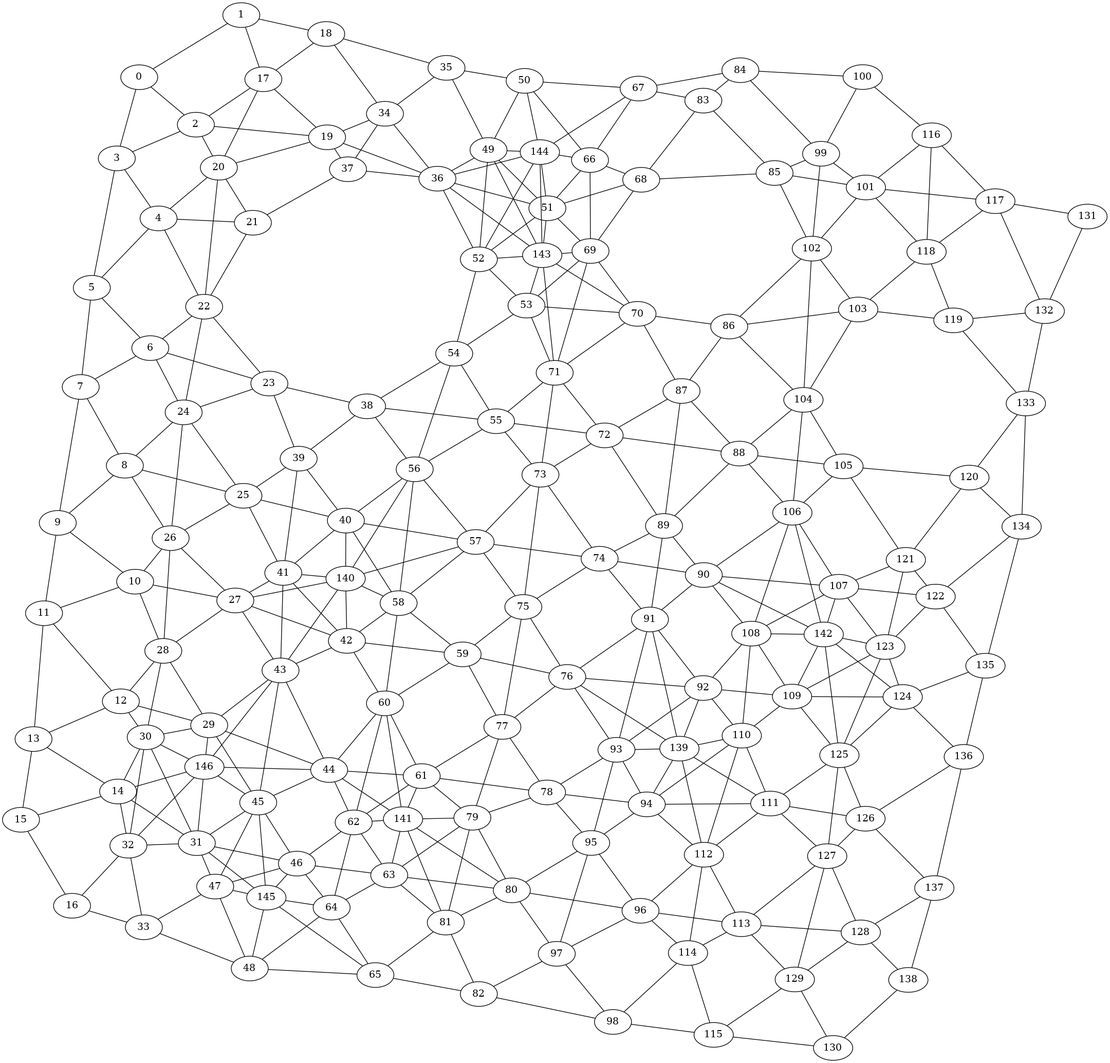
The Graphviz diagram fig/graph_dual.png in lorenzorizzi17/urban_network, before a commit. Its source is kept beside it as fig/graph_dual.dot.
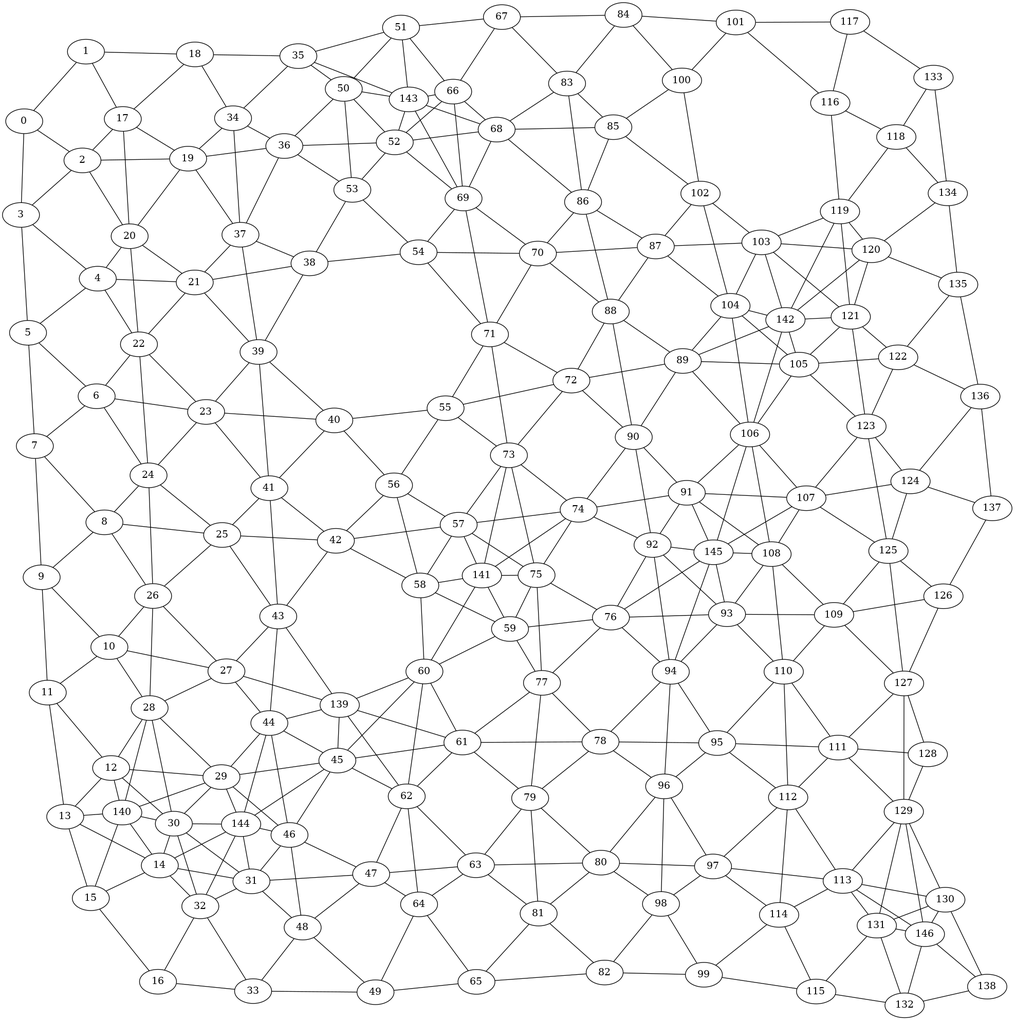
Later version of the same file.

What changed in the source:
```diff
@@ -185,13 +185,17 @@
 28--12 ;
 29--12 ;
 30--12 ;
+140--12 ;
 14--13 ;
 15--13 ;
+140--13 ;
 15--14 ;
+140--14 ;
 30--14 ;
 31--14 ;
 32--14 ;
-146--14 ;
+144--14 ;
+140--15 ;
 16--15 ;
 32--16 ;
 33--16 ;
@@ -208,361 +212,353 @@
 22--20 ;
 22--21 ;
 37--21 ;
+38--21 ;
+39--21 ;
 23--22 ;
 24--22 ;
 24--23 ;
-38--23 ;
 39--23 ;
+40--23 ;
+41--23 ;
 25--24 ;
 26--24 ;
 26--25 ;
-39--25 ;
-40--25 ;
 41--25 ;
+42--25 ;
+43--25 ;
 27--26 ;
 28--26 ;
 28--27 ;
-41--27 ;
-42--27 ;
 43--27 ;
-140--27 ;
+44--27 ;
+139--27 ;
 29--28 ;
 30--28 ;
+140--28 ;
 30--29 ;
-43--29 ;
+140--29 ;
 44--29 ;
 45--29 ;
-146--29 ;
+46--29 ;
+144--29 ;
+140--30 ;
 31--30 ;
 32--30 ;
-146--30 ;
+144--30 ;
 32--31 ;
-146--31 ;
-45--31 ;
+144--31 ;
 46--31 ;
 47--31 ;
-145--31 ;
-146--32 ;
+48--31 ;
+144--32 ;
 33--32 ;
-47--33 ;
 48--33 ;
+49--33 ;
 35--34 ;
 36--34 ;
 37--34 ;
-49--35 ;
 50--35 ;
+51--35 ;
+143--35 ;
 37--36 ;
-49--36 ;
-51--36 ;
+50--36 ;
 52--36 ;
-143--36 ;
-144--36 ;
+53--36 ;
+38--37 ;
+39--37 ;
 39--38 ;
+53--38 ;
 54--38 ;
-55--38 ;
-56--38 ;
 40--39 ;
 41--39 ;
 41--40 ;
+55--40 ;
 56--40 ;
-57--40 ;
-58--40 ;
-140--40 ;
 42--41 ;
 43--41 ;
-140--41 ;
 43--42 ;
-140--42 ;
+56--42 ;
+57--42 ;
 58--42 ;
-59--42 ;
-60--42 ;
-140--43 ;
 44--43 ;
-45--43 ;
-146--43 ;
+139--43 ;
+139--44 ;
 45--44 ;
-146--44 ;
-60--44 ;
-61--44 ;
-62--44 ;
-141--44 ;
-146--45 ;
+46--44 ;
+144--44 ;
 46--45 ;
-47--45 ;
-145--45 ;
+144--45 ;
+60--45 ;
+61--45 ;
+62--45 ;
+139--45 ;
+144--46 ;
 47--46 ;
-145--46 ;
-62--46 ;
-63--46 ;
-64--46 ;
-145--47 ;
+48--46 ;
 48--47 ;
-64--48 ;
-65--48 ;
-145--48 ;
-50--49 ;
-51--49 ;
-52--49 ;
-143--49 ;
-144--49 ;
-66--50 ;
-67--50 ;
-144--50 ;
-52--51 ;
+62--47 ;
+63--47 ;
+64--47 ;
+49--48 ;
+64--49 ;
+65--49 ;
+51--50 ;
+143--50 ;
+52--50 ;
+53--50 ;
 143--51 ;
-144--51 ;
 66--51 ;
-68--51 ;
-69--51 ;
+67--51 ;
+53--52 ;
+66--52 ;
+68--52 ;
+69--52 ;
 143--52 ;
-144--52 ;
-53--52 ;
-54--52 ;
 54--53 ;
-69--53 ;
-70--53 ;
-71--53 ;
-143--53 ;
-55--54 ;
-56--54 ;
+69--54 ;
+70--54 ;
+71--54 ;
 56--55 ;
 71--55 ;
 72--55 ;
 73--55 ;
 57--56 ;
 58--56 ;
-140--56 ;
 58--57 ;
-140--57 ;
 73--57 ;
 74--57 ;
 75--57 ;
-140--58 ;
+141--57 ;
 59--58 ;
 60--58 ;
+141--58 ;
 60--59 ;
+141--59 ;
 75--59 ;
 76--59 ;
 77--59 ;
+141--60 ;
 61--60 ;
 62--60 ;
-141--60 ;
+139--60 ;
 62--61 ;
-141--61 ;
+139--61 ;
 77--61 ;
 78--61 ;
 79--61 ;
-141--62 ;
+139--62 ;
 63--62 ;
 64--62 ;
 64--63 ;
 79--63 ;
 80--63 ;
 81--63 ;
-141--63 ;
 65--64 ;
-145--64 ;
-145--65 ;
 81--65 ;
 82--65 ;
 67--66 ;
-144--66 ;
 68--66 ;
 69--66 ;
-144--67 ;
+143--66 ;
 83--67 ;
 84--67 ;
 69--68 ;
+143--68 ;
 83--68 ;
 85--68 ;
+86--68 ;
+143--69 ;
 70--69 ;
 71--69 ;
-143--69 ;
 71--70 ;
-143--70 ;
 86--70 ;
 87--70 ;
-143--71 ;
+88--70 ;
 72--71 ;
 73--71 ;
 73--72 ;
-87--72 ;
 88--72 ;
 89--72 ;
+90--72 ;
 74--73 ;
 75--73 ;
+141--73 ;
 75--74 ;
-89--74 ;
+141--74 ;
 90--74 ;
 91--74 ;
+92--74 ;
+141--75 ;
 76--75 ;
 77--75 ;
 77--76 ;
-91--76 ;
 92--76 ;
 93--76 ;
-139--76 ;
+94--76 ;
+145--76 ;
 78--77 ;
 79--77 ;
 79--78 ;
-93--78 ;
 94--78 ;
 95--78 ;
+96--78 ;
 80--79 ;
 81--79 ;
-141--79 ;
 81--80 ;
-141--80 ;
-95--80 ;
 96--80 ;
 97--80 ;
-141--81 ;
+98--80 ;
 82--81 ;
-97--82 ;
 98--82 ;
+99--82 ;
 84--83 ;
 85--83 ;
-99--84 ;
+86--83 ;
 100--84 ;
-99--85 ;
-101--85 ;
+101--84 ;
+86--85 ;
+100--85 ;
 102--85 ;
 87--86 ;
-102--86 ;
-103--86 ;
-104--86 ;
+88--86 ;
 88--87 ;
-89--87 ;
+102--87 ;
+103--87 ;
+104--87 ;
 89--88 ;
-104--88 ;
-105--88 ;
-106--88 ;
+90--88 ;
 90--89 ;
-91--89 ;
+104--89 ;
+105--89 ;
+106--89 ;
+142--89 ;
 91--90 ;
-106--90 ;
-107--90 ;
-108--90 ;
-142--90 ;
+92--90 ;
 92--91 ;
-93--91 ;
-139--91 ;
+106--91 ;
+107--91 ;
+108--91 ;
+145--91 ;
 93--92 ;
-139--92 ;
-108--92 ;
-109--92 ;
-110--92 ;
-139--93 ;
+94--92 ;
+145--92 ;
 94--93 ;
-95--93 ;
+145--93 ;
+108--93 ;
+109--93 ;
+110--93 ;
+145--94 ;
 95--94 ;
-110--94 ;
-111--94 ;
-112--94 ;
-139--94 ;
+96--94 ;
 96--95 ;
-97--95 ;
+110--95 ;
+111--95 ;
+112--95 ;
 97--96 ;
-112--96 ;
-113--96 ;
-114--96 ;
+98--96 ;
 98--97 ;
-114--98 ;
-115--98 ;
-100--99 ;
-101--99 ;
-102--99 ;
-116--100 ;
-102--101 ;
+112--97 ;
+113--97 ;
+114--97 ;
+99--98 ;
+114--99 ;
+115--99 ;
+101--100 ;
+102--100 ;
 116--101 ;
 117--101 ;
-118--101 ;
 103--102 ;
 104--102 ;
 104--103 ;
-118--103 ;
 119--103 ;
+120--103 ;
+121--103 ;
+142--103 ;
 105--104 ;
 106--104 ;
+142--104 ;
 106--105 ;
-120--105 ;
+142--105 ;
 121--105 ;
+122--105 ;
+123--105 ;
+142--106 ;
 107--106 ;
 108--106 ;
-142--106 ;
+145--106 ;
 108--107 ;
-142--107 ;
-121--107 ;
-122--107 ;
+145--107 ;
 123--107 ;
-142--108 ;
+124--107 ;
+125--107 ;
+145--108 ;
 109--108 ;
 110--108 ;
 110--109 ;
-123--109 ;
-124--109 ;
 125--109 ;
-142--109 ;
+126--109 ;
+127--109 ;
 111--110 ;
 112--110 ;
-139--110 ;
 112--111 ;
-139--111 ;
-125--111 ;
-126--111 ;
 127--111 ;
-139--112 ;
+128--111 ;
+129--111 ;
 113--112 ;
 114--112 ;
 114--113 ;
-127--113 ;
-128--113 ;
 129--113 ;
+130--113 ;
+131--113 ;
+146--113 ;
 115--114 ;
-129--115 ;
-130--115 ;
+131--115 ;
+132--115 ;
 117--116 ;
 118--116 ;
-118--117 ;
-131--117 ;
-132--117 ;
+119--116 ;
+133--117 ;
 119--118 ;
-132--119 ;
-133--119 ;
+133--118 ;
+134--118 ;
+120--119 ;
+121--119 ;
+142--119 ;
 121--120 ;
-133--120 ;
+142--120 ;
 134--120 ;
+135--120 ;
+142--121 ;
 122--121 ;
 123--121 ;
 123--122 ;
-134--122 ;
 135--122 ;
+136--122 ;
 124--123 ;
 125--123 ;
-142--123 ;
 125--124 ;
-142--124 ;
-135--124 ;
 136--124 ;
-142--125 ;
+137--124 ;
 126--125 ;
 127--125 ;
 127--126 ;
-136--126 ;
 137--126 ;
 128--127 ;
 129--127 ;
 129--128 ;
-137--128 ;
-138--128 ;
 130--129 ;
+131--129 ;
+146--129 ;
+131--130 ;
+146--130 ;
 138--130 ;
+146--131 ;
 132--131 ;
-133--132 ;
+138--132 ;
+146--132 ;
 134--133 ;
 135--134 ;
 136--135 ;
 137--136 ;
-138--137 ;
-144--143 ;
+146--138 ;
 }
```
